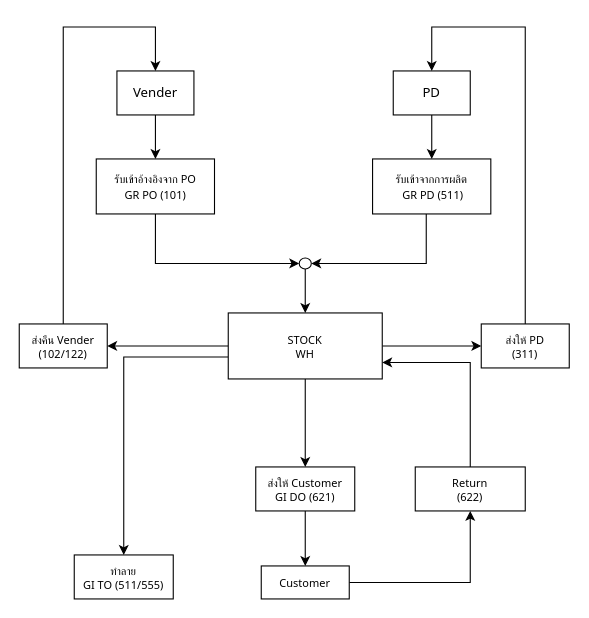
WuttichaiDue/DueTOT keeps this draw.io diagram as Untitled Diagram.drawio. Above is the earlier version. Source tidied: cells renumbered, new cells numbered last; positions are measured from the earlier drawing's top-left corner, leaving out a move shared by most shapes. Both pictures are drawn from the tidied source at 110%, with x=0, y=0 at pixel (19, 26).
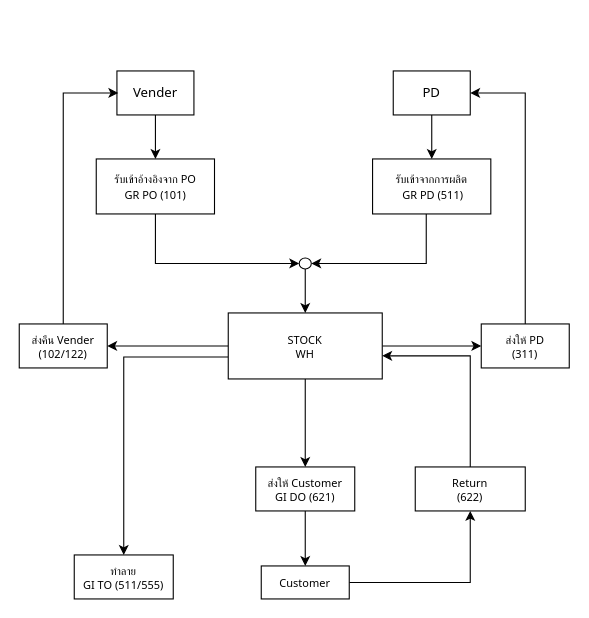
Above is the later version.

Unchanged cells that the change refers to:
```xml
<mxCell id="3" value="&lt;font face=&quot;Tahoma&quot;&gt;Vender&lt;/font&gt;" style="rounded=0;whiteSpace=wrap;html=1;" parent="1" vertex="1">
  <mxGeometry x="88.8" y="40" width="70" height="40" as="geometry" />
</mxCell>
<mxCell id="10" value="STOCK&lt;br&gt;WH" style="whiteSpace=wrap;html=1;rounded=0;fontFamily=Tahoma;fontSize=10;" parent="1" vertex="1">
  <mxGeometry x="190" y="260" width="140" height="60" as="geometry" />
</mxCell>
<mxCell id="12" value="&lt;font face=&quot;Tahoma&quot;&gt;PD&lt;/font&gt;" style="rounded=0;whiteSpace=wrap;html=1;" parent="1" vertex="1">
  <mxGeometry x="340" y="40" width="70" height="40" as="geometry" />
</mxCell>
<mxCell id="18" value="ส่งให้ PD&lt;br&gt;(311)" style="whiteSpace=wrap;html=1;fontSize=10;fontFamily=Tahoma;rounded=0;" parent="1" vertex="1">
  <mxGeometry x="420" y="270" width="80" height="40" as="geometry" />
</mxCell>
<mxCell id="20" value="ส่งคืน Vender&lt;br&gt;(102/122)" style="whiteSpace=wrap;html=1;fontSize=10;fontFamily=Tahoma;rounded=0;" parent="1" vertex="1">
  <mxGeometry y="270" width="80" height="40" as="geometry" />
</mxCell>
<mxCell id="26" value="Return&lt;br&gt;(622)" style="whiteSpace=wrap;html=1;fontSize=10;fontFamily=Tahoma;rounded=0;" parent="1" vertex="1">
  <mxGeometry x="360" y="400" width="100" height="40" as="geometry" />
</mxCell>
```

Change to the diagram source:
```diff
@@
-    <mxCell id="17" style="edgeStyle=orthogonalEdgeStyle;rounded=0;jettySize=auto;html=1;fontFamily=Tahoma;fontSize=10;entryX=0.5;entryY=0;entryDx=0;entryDy=0;" parent="1" edge="1" source="18" target="12">
+    <mxCell id="17" style="edgeStyle=orthogonalEdgeStyle;rounded=0;jettySize=auto;html=1;fontFamily=Tahoma;fontSize=10;entryX=1;entryY=0.5;entryDx=0;entryDy=0;" parent="1" edge="1" source="18" target="12">
       <mxGeometry relative="1" as="geometry">
         <Array as="points">
-          <mxPoint x="460" />
-          <mxPoint x="375" />
+          <mxPoint x="460" y="60" />
         </Array>
       </mxGeometry>
     </mxCell>
@@
-    <mxCell id="19" style="edgeStyle=orthogonalEdgeStyle;rounded=0;jettySize=auto;html=1;fontFamily=Tahoma;fontSize=10;entryX=0.5;entryY=0;entryDx=0;entryDy=0;" parent="1" edge="1" source="20" target="3">
+    <mxCell id="19" style="edgeStyle=orthogonalEdgeStyle;rounded=0;jettySize=auto;html=1;fontFamily=Tahoma;fontSize=10;" parent="1" edge="1" source="20">
       <mxGeometry relative="1" as="geometry">
+        <mxPoint x="90" y="60" as="targetPoint" />
         <Array as="points">
-          <mxPoint x="40" />
-          <mxPoint x="124" />
+          <mxPoint x="40" y="60" />
         </Array>
       </mxGeometry>
     </mxCell>
@@
-    <mxCell id="25" style="edgeStyle=orthogonalEdgeStyle;rounded=0;jettySize=auto;html=1;entryX=1;entryY=0.75;entryDx=0;entryDy=0;fontFamily=Tahoma;fontSize=10;" parent="1" edge="1" source="26" target="10">
+    <mxCell id="25" style="edgeStyle=orthogonalEdgeStyle;rounded=0;jettySize=auto;html=1;fontFamily=Tahoma;fontSize=10;" parent="1" edge="1" source="26">
       <mxGeometry relative="1" as="geometry">
+        <mxPoint x="330" y="299" as="targetPoint" />
         <Array as="points">
-          <mxPoint x="410" y="305" />
+          <mxPoint x="410" y="299" />
         </Array>
       </mxGeometry>
     </mxCell>
```
